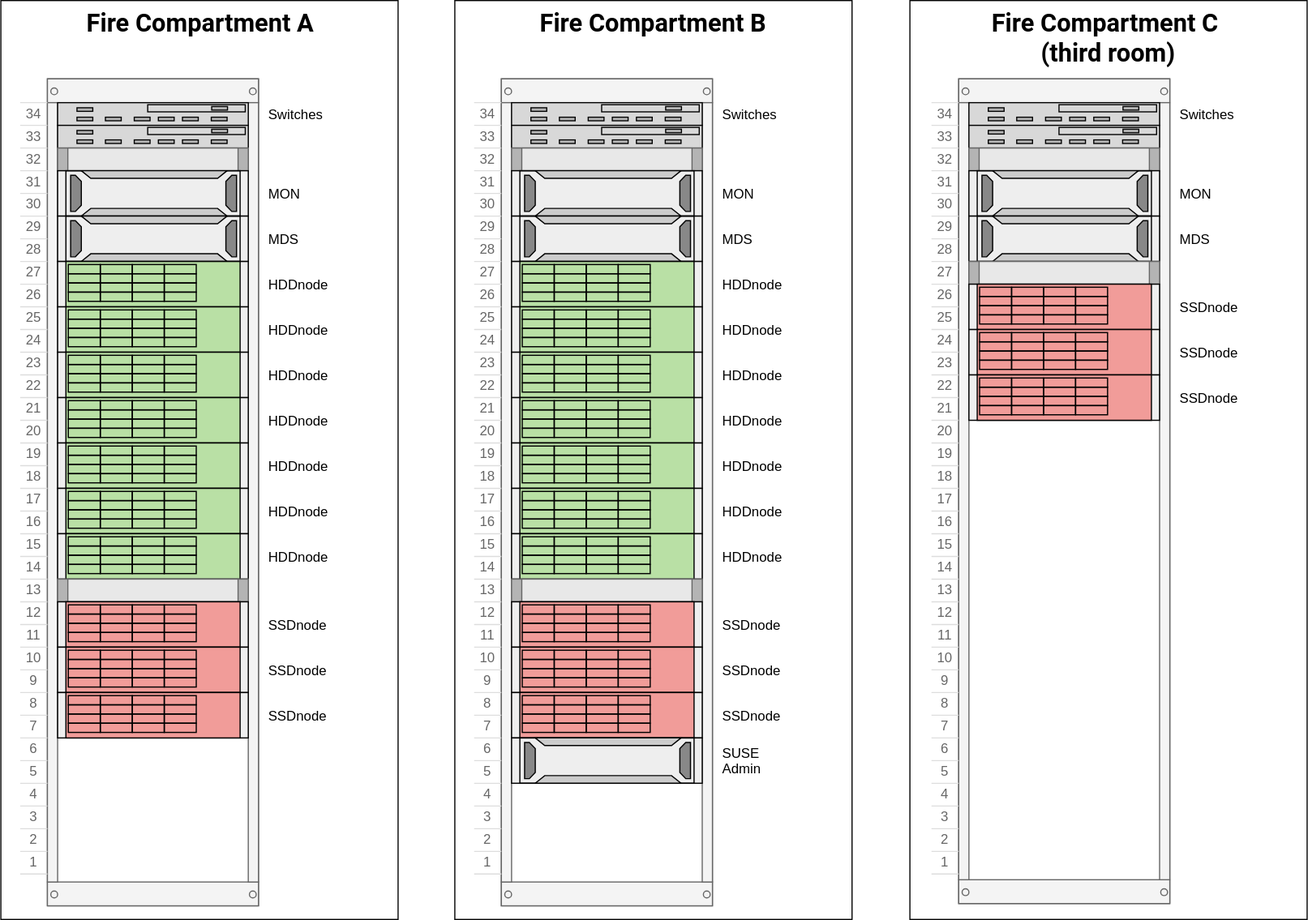
This is images/fc-ceph-EC+3xReplication-color.svg from dalgaaf/SUSECon-2017, a draw.io export, as it was before one commit. Source tidied: cells renumbered, new cells last; positions are measured from the earlier drawing's top-left corner, leaving out a move shared by most shapes.
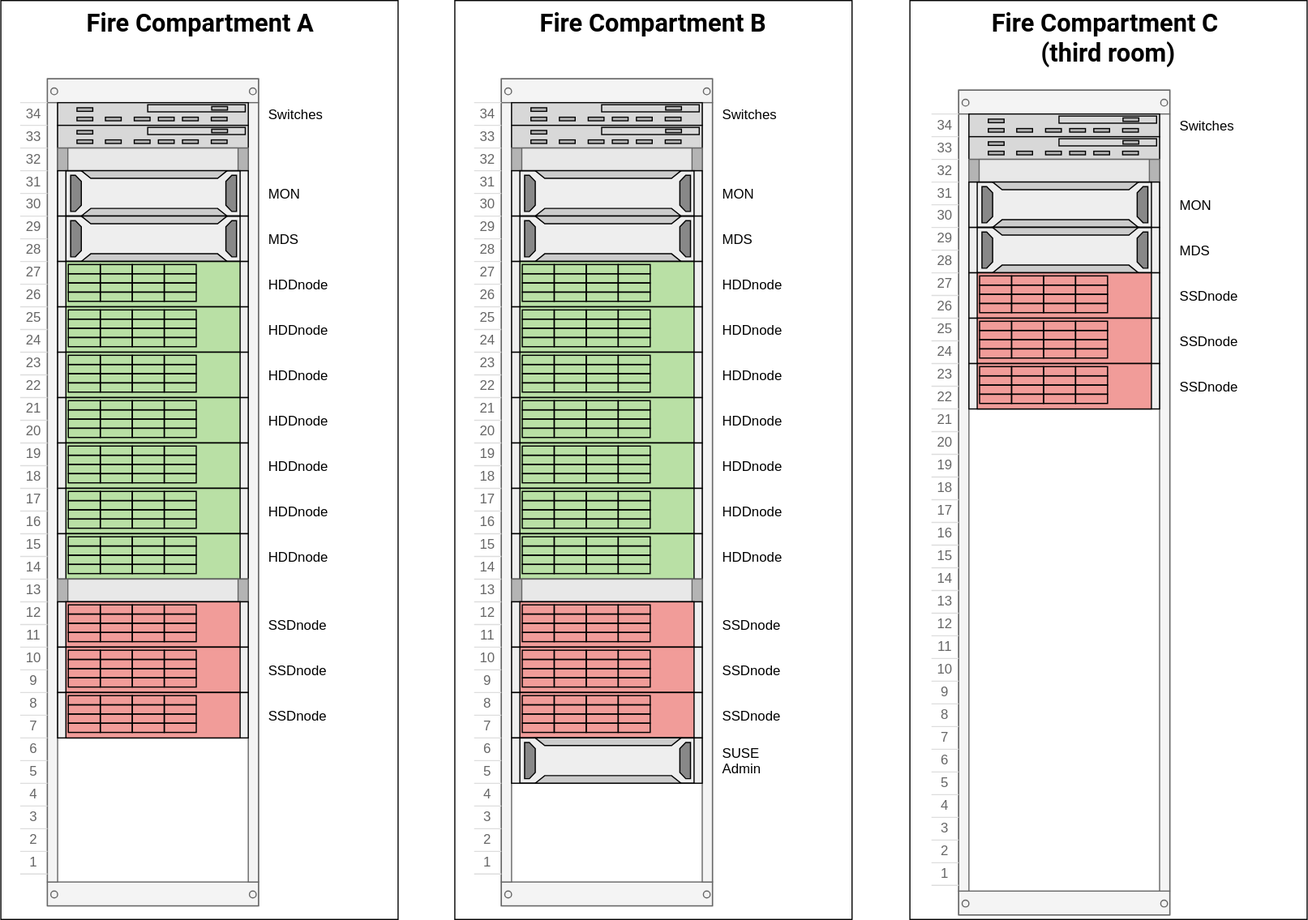
The same diagram one commit later.

Change to the diagram source:
```diff
@@ -117,7 +117,7 @@
       <mxGeometry x="801" width="350" height="810" as="geometry" />
     </mxCell>
     <mxCell id="40" style="strokeColor=#666666;html=1;verticalLabelPosition=bottom;labelBackgroundColor=#ffffff;verticalAlign=top;shadow=0;dashed=0;shape=mxgraph.rackGeneral.container;textColor=#666666;numDisp=ascend;" parent="1" vertex="1">
-      <mxGeometry x="820" y="69" width="210" height="727" as="geometry" />
+      <mxGeometry x="820" y="79" width="210" height="727" as="geometry" />
     </mxCell>
     <mxCell id="41" value="Switches" style="strokeColor=#666666;html=1;labelPosition=right;align=left;spacingLeft=15;shadow=0;dashed=0;fillColor=#ffffff;shape=mxgraph.rack.general.switches_2;" parent="40" vertex="1">
       <mxGeometry x="33" y="21" width="168" height="20" as="geometry" />
@@ -134,17 +134,14 @@
     <mxCell id="45" value="MDS" style="shape=mxgraph.rack.hp.hp_proliant_dl380e_g8;html=1;labelPosition=right;align=left;spacingLeft=15;dashed=0;shadow=0;fillColor=#ffffff;" parent="40" vertex="1">
       <mxGeometry x="33" y="121" width="168" height="40" as="geometry" />
     </mxCell>
-    <mxCell id="46" style="strokeColor=#666666;html=1;labelPosition=right;align=left;spacingLeft=15;shadow=0;dashed=0;fillColor=#ffffff;shape=mxgraph.rackGeneral.plate;fillColor=#e8e8e8;" parent="40" vertex="1">
-      <mxGeometry x="33" y="161" width="168" height="20" as="geometry" />
-    </mxCell>
     <mxCell id="47" value="SSDnode" style="shape=(stored shape, 352 characters);html=1;labelPosition=right;align=left;spacingLeft=15;dashed=0;shadow=0;fillColor=#ffcccc;strokeColor=#36393d;" parent="40" vertex="1">
-      <mxGeometry x="33" y="181" width="168" height="40" as="geometry" />
+      <mxGeometry x="33" y="161" width="168" height="40" as="geometry" />
     </mxCell>
     <mxCell id="48" value="SSDnode" style="shape=(stored shape, 352 characters);html=1;labelPosition=right;align=left;spacingLeft=15;dashed=0;shadow=0;fillColor=#ffcccc;strokeColor=#36393d;" parent="40" vertex="1">
-      <mxGeometry x="33" y="221" width="168" height="40" as="geometry" />
+      <mxGeometry x="33" y="201" width="168" height="40" as="geometry" />
     </mxCell>
     <mxCell id="49" value="SSDnode" style="shape=(stored shape, 352 characters);html=1;labelPosition=right;align=left;spacingLeft=15;dashed=0;shadow=0;fillColor=#ffcccc;strokeColor=#36393d;" parent="40" vertex="1">
-      <mxGeometry x="33" y="261" width="168" height="40" as="geometry" />
+      <mxGeometry x="33" y="241" width="168" height="40" as="geometry" />
     </mxCell>
   </root>
 </mxGraphModel>
```
